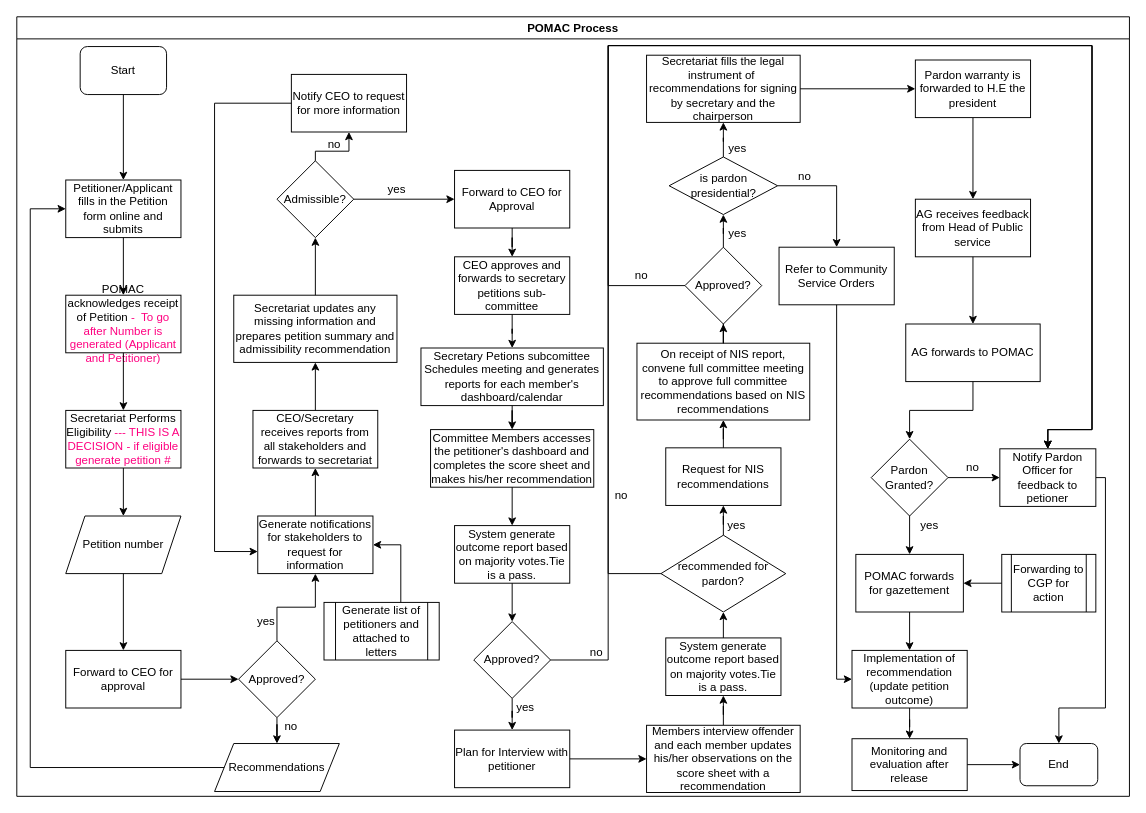
Earlier version of the draw.io diagram POMAC RE-Engineered Process.drawio (kmagua/flowcharts). Source tidied: cells renumbered, new cells numbered last; positions are measured from the earlier drawing's top-left corner, leaving out a move shared by most shapes. Both pictures are drawn from the tidied source at 96%, with x=0, y=0 at pixel (16, 16).
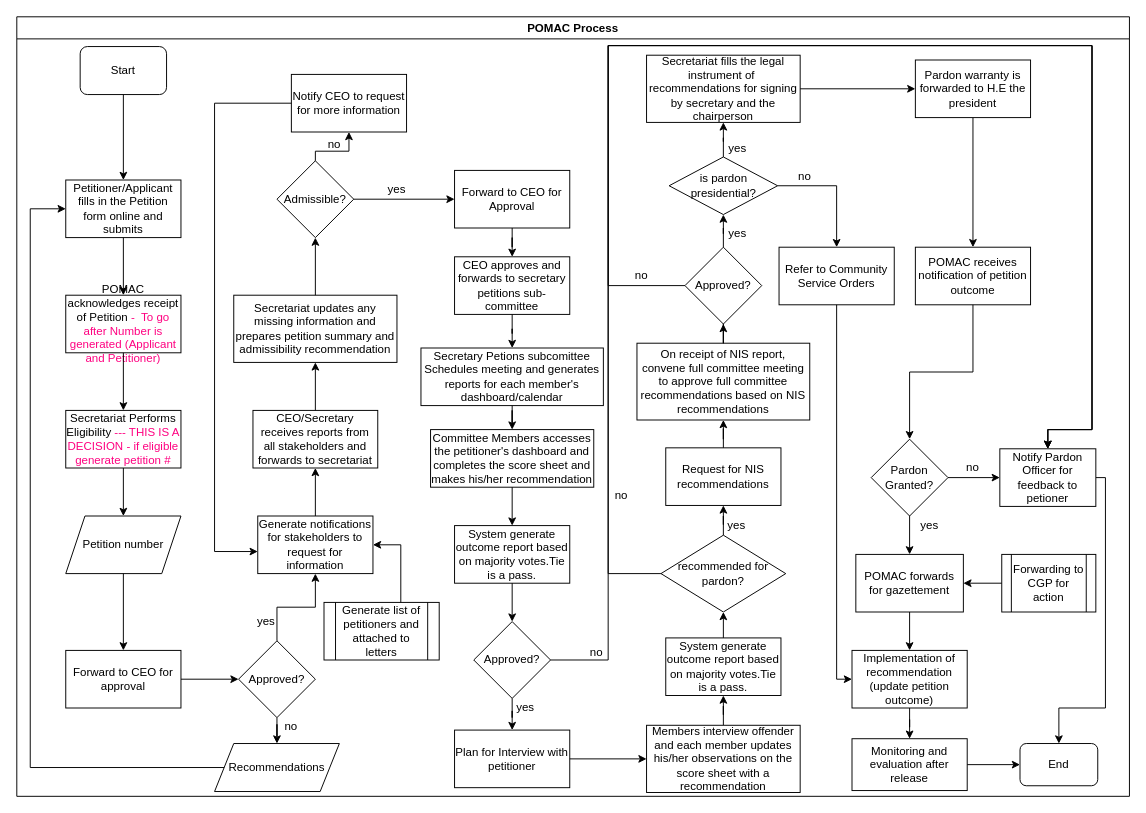
Above is the later version.

The change refers to these unchanged cells:
```xml
<mxCell id="2" value="POMAC Process" style="swimlane;" parent="1" vertex="1">
  <mxGeometry width="1159" height="812" as="geometry" />
</mxCell>
<mxCell id="44" value="Pardon Granted?" style="rhombus;whiteSpace=wrap;html=1;" parent="2" vertex="1">
  <mxGeometry x="890" y="440" width="80" height="80" as="geometry" />
</mxCell>
```

What changed in the source:
```diff
@@
-    <mxCell id="45" value="AG receives feedback from Head of Public service" style="whiteSpace=wrap;html=1;" parent="2" vertex="1">
-      <mxGeometry x="936" y="190" width="120" height="60" as="geometry" />
+    <mxCell id="45" value="POMAC receives notification of petition outcome" style="whiteSpace=wrap;html=1;" parent="2" vertex="1">
+      <mxGeometry x="936" y="240" width="120" height="60" as="geometry" />
     </mxCell>
@@
-    <mxCell id="47" value="AG forwards to POMAC" style="whiteSpace=wrap;html=1;" parent="2" vertex="1">
-      <mxGeometry x="926" y="320" width="140" height="60" as="geometry" />
-    </mxCell>
-    <mxCell id="48" style="edgeStyle=orthogonalEdgeStyle;rounded=0;jettySize=auto;html=1;entryX=0.5;entryY=0;entryDx=0;entryDy=0;" parent="2" edge="1" source="45" target="47">
+    <mxCell id="48" style="edgeStyle=orthogonalEdgeStyle;rounded=0;jettySize=auto;html=1;entryX=0.5;entryY=0;entryDx=0;entryDy=0;" parent="2" edge="1" source="45" target="44">
       <mxGeometry relative="1" as="geometry" />
     </mxCell>
-    <mxCell id="49" style="edgeStyle=orthogonalEdgeStyle;rounded=0;jettySize=auto;html=1;entryX=0.5;entryY=0;entryDx=0;entryDy=0;" parent="2" edge="1" source="47" target="44">
-      <mxGeometry relative="1" as="geometry" />
-    </mxCell>
```
